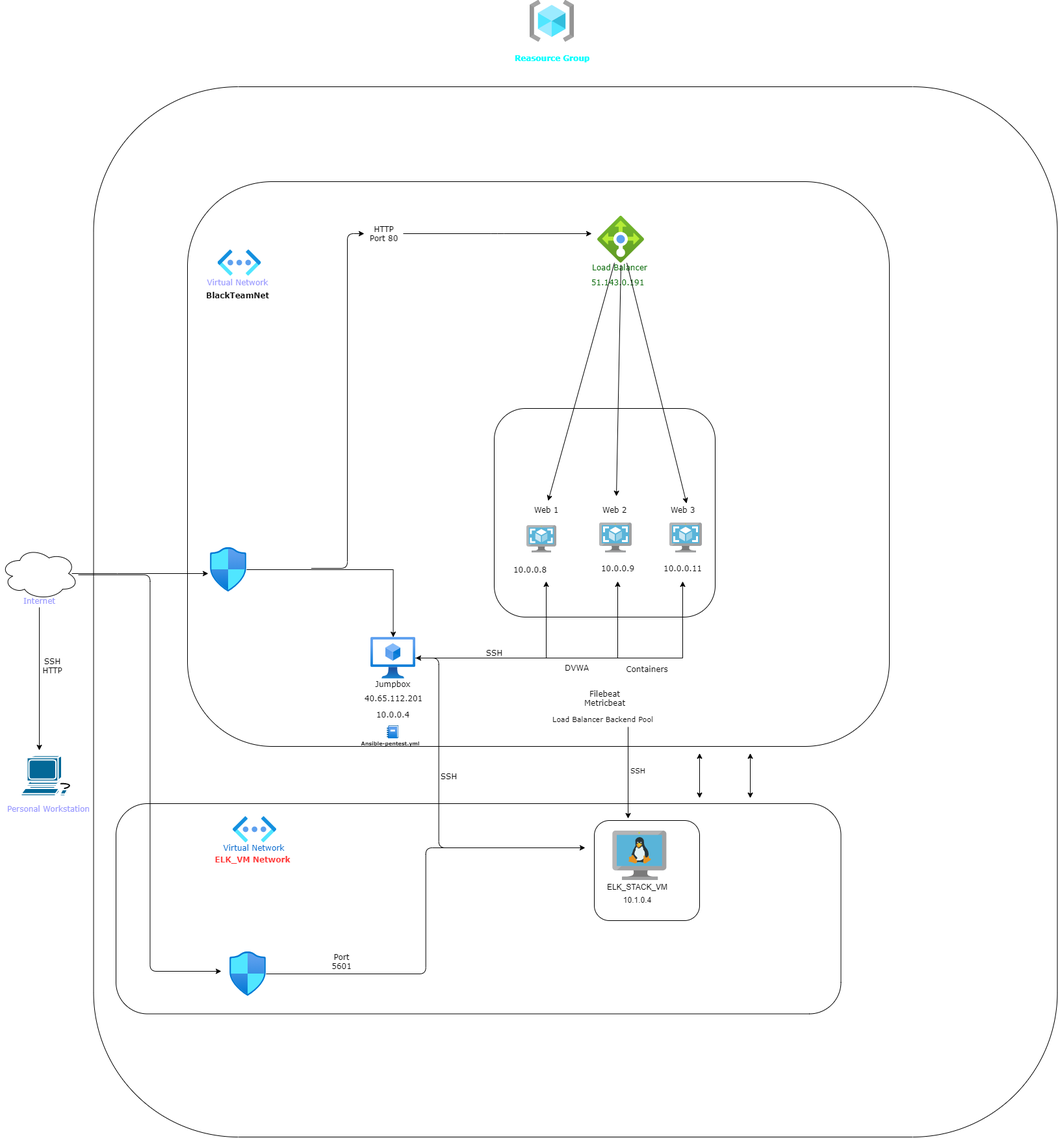
Above: Diagrams/Azure_Network.png in SurferCA/Class-Work-Project (draw.io), before the change. Source tidied: cells renumbered, new cells last; positions are measured from the earlier drawing's top-left corner, leaving out a move shared by most shapes.
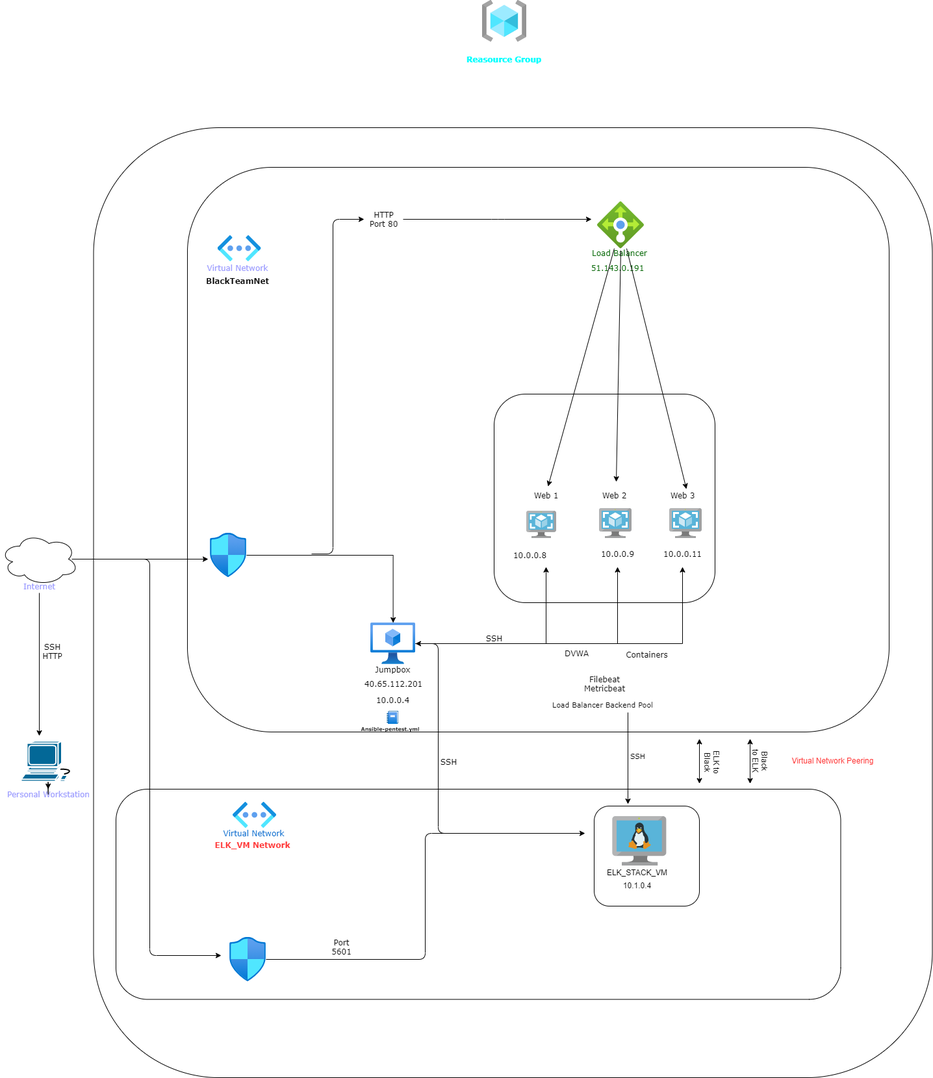
Later version of the same file.

Change to the diagram source:
```diff
@@ -2,9 +2,9 @@
   <root>
     <mxCell id="0" />
     <mxCell id="1" parent="0" />
-    <mxCell id="2" style="rounded=1;whiteSpace=wrap;html=1;gradientColor=none;" parent="1" vertex="1">
-      <mxGeometry x="143.5" y="133" width="1483" height="1616" as="geometry" />
-    </mxCell>
+    <mxCell id="70" style="rounded=1;whiteSpace=wrap;html=1;labelBackgroundColor=#ffffff;fontColor=#FF3333;" parent="1" vertex="1">
+      <mxGeometry x="143.5" y="218" width="1291" height="1462" as="geometry" />
+    </mxCell>
     <mxCell id="3" style="rounded=1;whiteSpace=wrap;html=1;labelBackgroundColor=white;" parent="1" vertex="1">
       <mxGeometry x="178" y="1236" width="1115.5" height="323.5" as="geometry" />
     </mxCell>
@@ -51,7 +51,7 @@
       <mxGeometry y="842" width="120" height="80" as="geometry" />
     </mxCell>
     <mxCell id="16" style="html=1;align=center;image;fontSize=12;image=img/lib/azure2/general/Resource_Groups.svg;" parent="1" vertex="1">
-      <mxGeometry x="815" width="68" height="64" as="geometry" />
+      <mxGeometry x="742" y="22" width="68" height="64" as="geometry" />
     </mxCell>
     <mxCell id="17" value="Virtual Network" style="text;html=1;align=center;verticalAlign=middle;fontFamily=Verdana;fontColor=#0066CC;" parent="1" vertex="1">
       <mxGeometry x="334.5" y="1294" width="110" height="20" as="geometry" />
@@ -59,6 +59,9 @@
     <mxCell id="18" value="ELK_VM Network" style="text;html=1;align=center;verticalAlign=middle;fontFamily=Verdana;fontColor=#FF3333;fontStyle=1;" parent="1" vertex="1">
       <mxGeometry x="323" y="1312" width="130" height="20" as="geometry" />
     </mxCell>
+    <mxCell id="71" style="edgeStyle=orthogonalEdgeStyle;rounded=0;jettySize=auto;html=1;exitX=0.5;exitY=1;exitDx=0;exitDy=0;exitPerimeter=0;fontColor=#FF3333;" parent="1" edge="1" source="19" target="20">
+      <mxGeometry relative="1" as="geometry" />
+    </mxCell>
     <mxCell id="19" style="shape=mxgraph.cisco.computers_and_peripherals.workstation;html=1;dashed=0;fillColor=#036897;strokeColor=#ffffff;strokeWidth=2;verticalLabelPosition=bottom;verticalAlign=top;align=center;outlineConnect=0;fontFamily=Verdana;fontColor=#FF3333;" parent="1" vertex="1">
       <mxGeometry x="32" y="1162" width="83" height="62" as="geometry" />
     </mxCell>
@@ -83,7 +86,7 @@
       <mxGeometry x="900" y="424" width="100" height="20" as="geometry" />
     </mxCell>
     <mxCell id="26" value="&lt;font color=&quot;#00ffff&quot;&gt;&lt;b&gt;Reasource Group&lt;/b&gt;&lt;/font&gt;" style="text;html=1;align=center;verticalAlign=middle;fontFamily=Verdana;fontColor=#006600;" parent="1" vertex="1">
-      <mxGeometry x="784" y="79" width="130" height="20" as="geometry" />
+      <mxGeometry x="710" y="103" width="130" height="20" as="geometry" />
     </mxCell>
     <mxCell id="27" value="&lt;font color=&quot;#000000&quot;&gt;Jumpbox&lt;br&gt;&lt;br&gt;&lt;/font&gt;" style="text;html=1;align=center;verticalAlign=middle;fontFamily=Verdana;fontColor=#006600;" parent="1" vertex="1">
       <mxGeometry x="569" y="1044" width="70" height="30" as="geometry" />
@@ -101,8 +104,8 @@
     </mxCell>
     <mxCell id="31" style="edgeStyle=elbowEdgeStyle;elbow=horizontal;endArrow=classic;html=1;fontFamily=Verdana;fontColor=#000000;" parent="1" edge="1">
       <mxGeometry relative="1" as="geometry">
-        <mxPoint x="120" y="884" as="sourcePoint" />
-        <mxPoint x="340" y="1494" as="targetPoint" />
+        <mxPoint x="120" y="882" as="sourcePoint" />
+        <mxPoint x="340" y="1492" as="targetPoint" />
       </mxGeometry>
     </mxCell>
     <mxCell id="32" style="edgeStyle=elbowEdgeStyle;elbow=horizontal;endArrow=classic;html=1;fontFamily=Verdana;fontColor=#000000;" parent="1" edge="1" source="33">
@@ -115,8 +118,11 @@
     </mxCell>
     <mxCell id="34" style="edgeStyle=elbowEdgeStyle;elbow=horizontal;endArrow=classic;html=1;fontFamily=Verdana;fontColor=#000000;" parent="1" edge="1" target="33">
       <mxGeometry relative="1" as="geometry">
-        <mxPoint x="478.5" y="874" as="sourcePoint" />
+        <mxPoint x="479" y="874" as="sourcePoint" />
         <Array as="points">
+          <mxPoint x="512" y="879" />
+          <mxPoint x="528" y="884" />
+          <mxPoint x="528" y="874" />
           <mxPoint x="534" y="679" />
           <mxPoint x="534" y="532" />
           <mxPoint x="508.5" y="844" />
@@ -250,5 +256,14 @@
         <mxPoint x="1154" y="1158.5" as="targetPoint" />
       </mxGeometry>
     </mxCell>
+    <mxCell id="72" value="Black to ELK" style="text;html=1;strokeColor=none;fillColor=none;align=center;verticalAlign=middle;whiteSpace=wrap;rounded=0;labelBackgroundColor=#ffffff;rotation=90;" parent="1" vertex="1">
+      <mxGeometry x="1150" y="1182" width="40" height="22" as="geometry" />
+    </mxCell>
+    <mxCell id="73" value="ELK to Black" style="text;html=1;strokeColor=none;fillColor=none;align=center;verticalAlign=middle;whiteSpace=wrap;rounded=0;labelBackgroundColor=#ffffff;rotation=90;" parent="1" vertex="1">
+      <mxGeometry x="1073" y="1183" width="45" height="24" as="geometry" />
+    </mxCell>
+    <mxCell id="74" value="Virtual Network Peering" style="text;html=1;align=center;verticalAlign=middle;fontColor=#FF3333;" parent="1" vertex="1">
+      <mxGeometry x="1213" y="1183" width="136" height="18" as="geometry" />
+    </mxCell>
   </root>
 </mxGraphModel>
```
